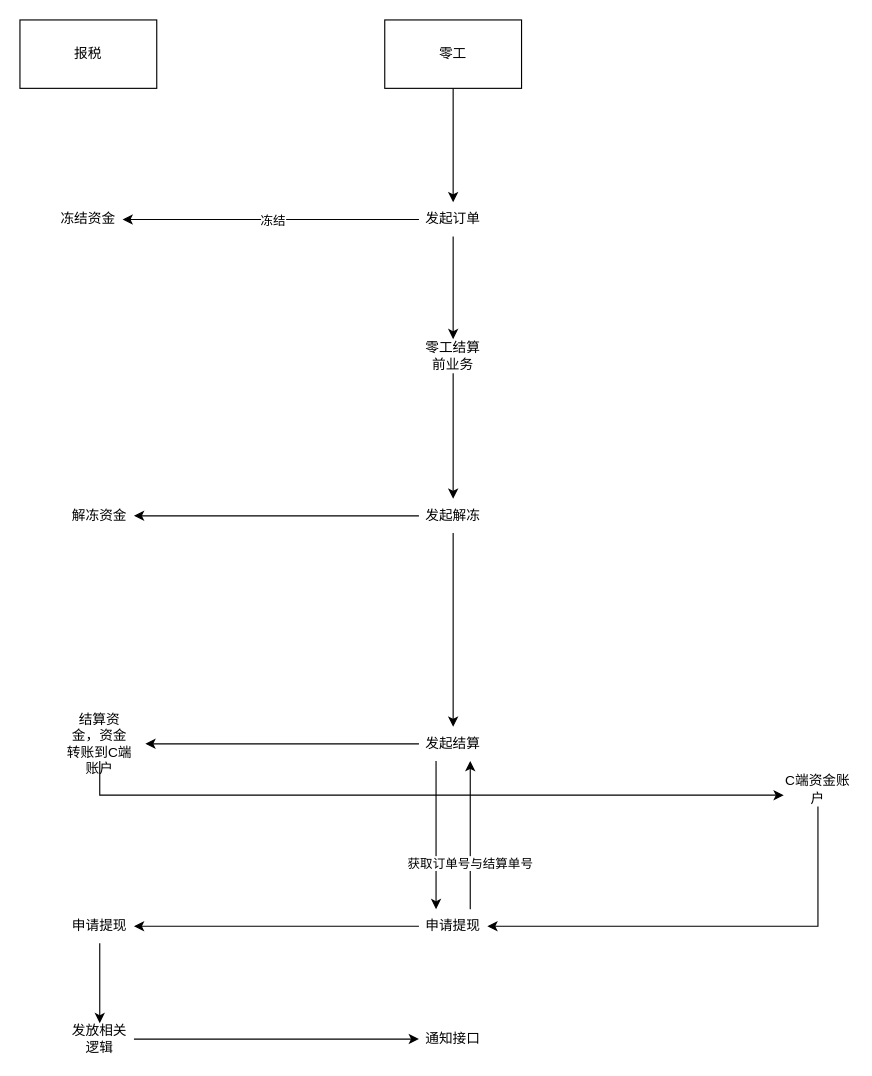
This is 零工与报税.drawio from WillardTeriberka/drawio_flow_chart, a draw.io file, before an edit. Source tidied: cells renumbered, new cells numbered last; positions are measured from the earlier drawing's top-left corner, leaving out a move shared by most shapes. Both pictures are drawn from the tidied source at 114%, with x=0, y=0 at pixel (19, 19).
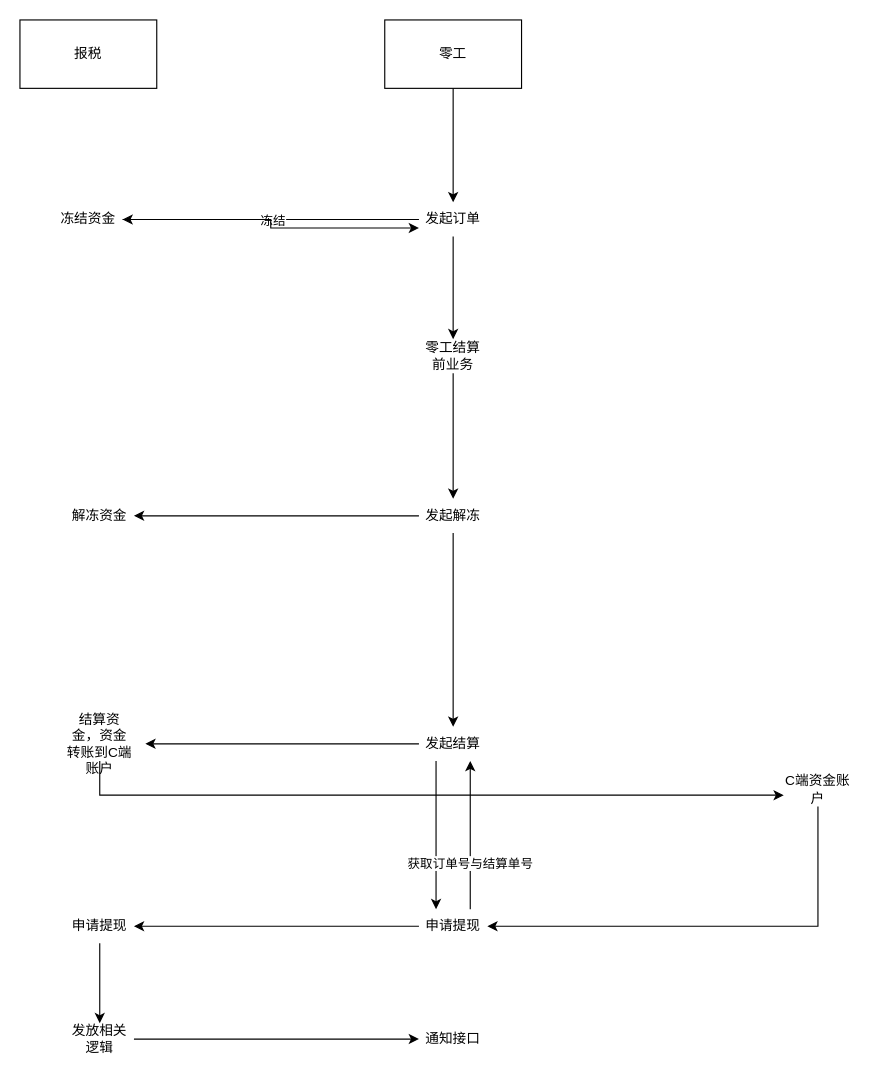
After the change.

Commit message:
更新零工与报税.drawio

The change refers to these unchanged cells:
```xml
<mxCell id="8" value="发起订单" style="text;html=1;whiteSpace=wrap;strokeColor=none;fillColor=none;align=center;verticalAlign=middle;rounded=0;" parent="1" vertex="1">
  <mxGeometry x="350" y="160" width="60" height="30" as="geometry" />
</mxCell>
<mxCell id="9" value="冻结资金" style="text;html=1;whiteSpace=wrap;strokeColor=none;fillColor=none;align=center;verticalAlign=middle;rounded=0;" parent="1" vertex="1">
  <mxGeometry x="30" y="160" width="60" height="30" as="geometry" />
</mxCell>
```

Diff of the diagram source:
```diff
@@
+    <mxCell id="32" style="edgeStyle=orthogonalEdgeStyle;rounded=0;jettySize=auto;html=1;entryX=0;entryY=0.75;entryDx=0;entryDy=0;" parent="1" edge="1" source="9" target="8">
+      <mxGeometry relative="1" as="geometry" />
+    </mxCell>
```
